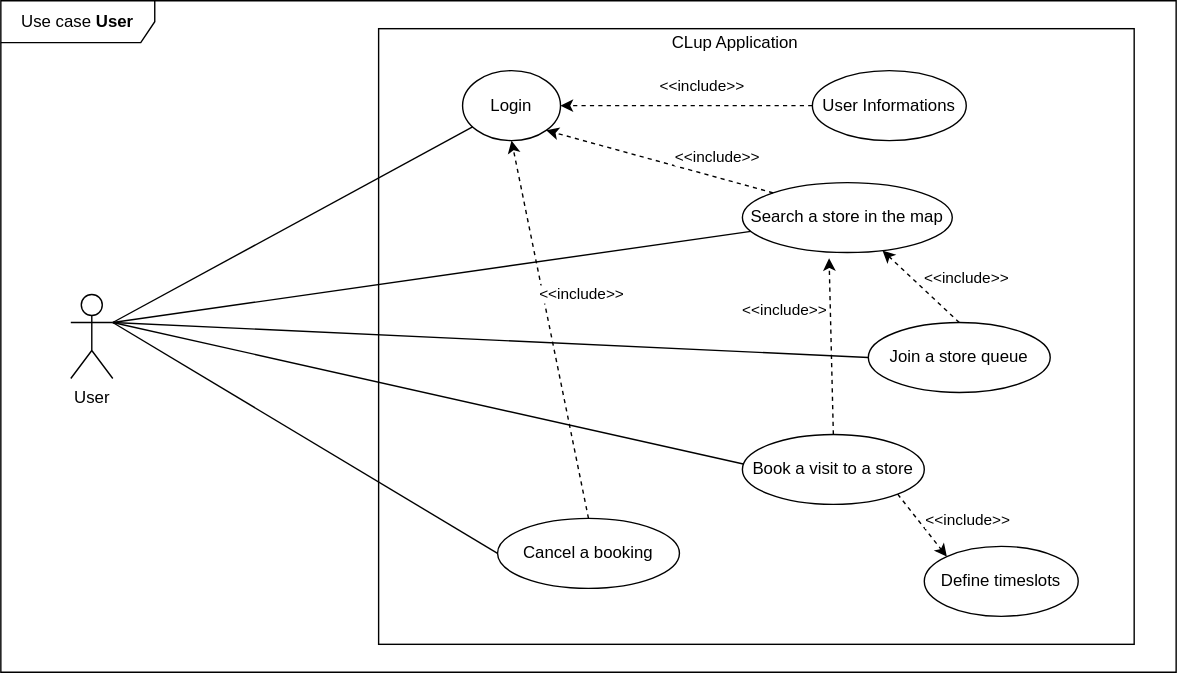
Earlier version of the draw.io export assets/rasd/use_cases/use_case_user.svg (ferrohd/CLup). Source tidied: cells renumbered, new cells last; positions are measured from the earlier drawing's top-left corner, leaving out a move shared by most shapes. Source of this version:
```xml
<mxGraphModel>
  <root>
    <mxCell id="0" />
    <mxCell id="1" parent="0" />
    <mxCell id="2" value="Use case &lt;b&gt;User&lt;/b&gt;" style="shape=umlFrame;whiteSpace=wrap;html=1;width=110;height=30;" parent="1" vertex="1">
      <mxGeometry width="840" height="480" as="geometry" />
    </mxCell>
    <mxCell id="3" style="rounded=0;whiteSpace=wrap;html=1;" parent="1" vertex="1">
      <mxGeometry x="270" y="20" width="540" height="440" as="geometry" />
    </mxCell>
    <mxCell id="4" value="&lt;div&gt;CLup Application&lt;/div&gt;" style="text;html=1;strokeColor=none;fillColor=none;align=center;verticalAlign=middle;whiteSpace=wrap;rounded=0;" parent="1" vertex="1">
      <mxGeometry x="460" y="20" width="130" height="20" as="geometry" />
    </mxCell>
    <mxCell id="5" value="User" style="shape=umlActor;verticalLabelPosition=bottom;verticalAlign=top;html=1;" parent="1" vertex="1">
      <mxGeometry x="50" y="210" width="30" height="60" as="geometry" />
    </mxCell>
    <mxCell id="6" value="Login" style="ellipse;whiteSpace=wrap;html=1;" parent="1" vertex="1">
      <mxGeometry x="330" y="50" width="70" height="50" as="geometry" />
    </mxCell>
    <mxCell id="7" style="endArrow=none;html=1;exitX=1;exitY=0.3333333333333333;exitDx=0;exitDy=0;exitPerimeter=0;" parent="1" edge="1" source="5" target="6">
      <mxGeometry relative="1" as="geometry" />
    </mxCell>
    <mxCell id="8" value="User Informations" style="ellipse;whiteSpace=wrap;html=1;" parent="1" vertex="1">
      <mxGeometry x="580" y="50" width="110" height="50" as="geometry" />
    </mxCell>
    <mxCell id="9" style="endArrow=classic;html=1;exitX=0;exitY=0.5;exitDx=0;exitDy=0;entryX=1;entryY=0.5;entryDx=0;entryDy=0;dashed=1;" parent="1" edge="1" source="8" target="6">
      <mxGeometry relative="1" as="geometry" />
    </mxCell>
    <mxCell id="10" value="&amp;lt;&amp;lt;include&amp;gt;&amp;gt;" style="edgeLabel;html=1;align=center;verticalAlign=middle;" parent="9" vertex="1">
      <mxGeometry x="-0.19" relative="1" as="geometry">
        <mxPoint x="-6.7" y="-15" as="offset" />
      </mxGeometry>
    </mxCell>
    <mxCell id="11" value="Search a store in the map" style="ellipse;whiteSpace=wrap;html=1;" parent="1" vertex="1">
      <mxGeometry x="530" y="130" width="150" height="50" as="geometry" />
    </mxCell>
    <mxCell id="12" style="endArrow=none;html=1;exitX=1;exitY=0.3333333333333333;exitDx=0;exitDy=0;exitPerimeter=0;" parent="1" edge="1" source="5" target="11">
      <mxGeometry relative="1" as="geometry" />
    </mxCell>
    <mxCell id="13" style="endArrow=classic;html=1;entryX=1;entryY=1;entryDx=0;entryDy=0;exitX=0;exitY=0;exitDx=0;exitDy=0;dashed=1;" parent="1" edge="1" source="11" target="6">
      <mxGeometry relative="1" as="geometry" />
    </mxCell>
    <mxCell id="14" value="&amp;lt;&amp;lt;include&amp;gt;&amp;gt;" style="edgeLabel;html=1;align=center;verticalAlign=middle;" parent="13" vertex="1">
      <mxGeometry x="-0.15" y="-2" relative="1" as="geometry">
        <mxPoint x="28.2" y="-4.8" as="offset" />
      </mxGeometry>
    </mxCell>
    <mxCell id="15" value="Join a store queue" style="ellipse;whiteSpace=wrap;html=1;" parent="1" vertex="1">
      <mxGeometry x="620" y="230" width="130" height="50" as="geometry" />
    </mxCell>
    <mxCell id="16" style="endArrow=classic;html=1;dashed=1;exitX=0.5;exitY=0;exitDx=0;exitDy=0;" parent="1" edge="1" source="15" target="11">
      <mxGeometry relative="1" as="geometry" />
    </mxCell>
    <mxCell id="17" value="&amp;lt;&amp;lt;include&amp;gt;&amp;gt;" style="edgeLabel;html=1;align=center;verticalAlign=middle;" parent="16" vertex="1">
      <mxGeometry x="0.18" y="-1" relative="1" as="geometry">
        <mxPoint x="35.5" y="-2" as="offset" />
      </mxGeometry>
    </mxCell>
    <mxCell id="18" style="endArrow=none;html=1;entryX=0;entryY=0.5;entryDx=0;entryDy=0;" parent="1" edge="1" target="15">
      <mxGeometry relative="1" as="geometry">
        <mxPoint x="80" y="230" as="sourcePoint" />
      </mxGeometry>
    </mxCell>
    <mxCell id="19" value="Book a visit to a store" style="ellipse;whiteSpace=wrap;html=1;" parent="1" vertex="1">
      <mxGeometry x="530" y="310" width="130" height="50" as="geometry" />
    </mxCell>
    <mxCell id="20" style="endArrow=classic;html=1;dashed=1;entryX=0.413;entryY=1.081;entryDx=0;entryDy=0;entryPerimeter=0;exitX=0.5;exitY=0;exitDx=0;exitDy=0;" parent="1" edge="1" source="19" target="11">
      <mxGeometry relative="1" as="geometry" />
    </mxCell>
    <mxCell id="21" value="&lt;div&gt;&amp;lt;&amp;lt;include&amp;gt;&amp;gt;&lt;/div&gt;" style="edgeLabel;html=1;align=center;verticalAlign=middle;" parent="20" vertex="1">
      <mxGeometry x="-0.65" relative="1" as="geometry">
        <mxPoint x="-34.5" y="-67.9" as="offset" />
      </mxGeometry>
    </mxCell>
    <mxCell id="22" style="endArrow=none;html=1;entryX=0.005;entryY=0.423;entryDx=0;entryDy=0;entryPerimeter=0;" parent="1" edge="1" target="19">
      <mxGeometry relative="1" as="geometry">
        <mxPoint x="80" y="230" as="sourcePoint" />
      </mxGeometry>
    </mxCell>
    <mxCell id="23" value="Cancel a booking" style="ellipse;whiteSpace=wrap;html=1;" parent="1" vertex="1">
      <mxGeometry x="355" y="370" width="130" height="50" as="geometry" />
    </mxCell>
    <mxCell id="24" style="endArrow=classic;html=1;dashed=1;entryX=0.5;entryY=1;entryDx=0;entryDy=0;exitX=0.5;exitY=0;exitDx=0;exitDy=0;" parent="1" edge="1" source="23" target="6">
      <mxGeometry relative="1" as="geometry" />
    </mxCell>
    <mxCell id="25" value="&amp;lt;&amp;lt;include&amp;gt;&amp;gt;" style="edgeLabel;html=1;align=center;verticalAlign=middle;" parent="24" vertex="1">
      <mxGeometry x="0.14" y="-1" relative="1" as="geometry">
        <mxPoint x="25.3" y="-6.3" as="offset" />
      </mxGeometry>
    </mxCell>
    <mxCell id="26" style="endArrow=none;html=1;entryX=0;entryY=0.5;entryDx=0;entryDy=0;exitX=1;exitY=0.3333333333333333;exitDx=0;exitDy=0;exitPerimeter=0;" parent="1" edge="1" source="5" target="23">
      <mxGeometry relative="1" as="geometry" />
    </mxCell>
    <mxCell id="27" value="Define timeslots" style="ellipse;whiteSpace=wrap;html=1;" parent="1" vertex="1">
      <mxGeometry x="660" y="390" width="110" height="50" as="geometry" />
    </mxCell>
    <mxCell id="28" style="endArrow=classic;html=1;dashed=1;entryX=0;entryY=0;entryDx=0;entryDy=0;exitX=1;exitY=1;exitDx=0;exitDy=0;" parent="1" edge="1" source="19" target="27">
      <mxGeometry relative="1" as="geometry" />
    </mxCell>
    <mxCell id="29" value="&amp;lt;&amp;lt;include&amp;gt;&amp;gt;" style="edgeLabel;html=1;align=center;verticalAlign=middle;" parent="28" vertex="1">
      <mxGeometry x="-0.42" y="-2" relative="1" as="geometry">
        <mxPoint x="40.3" y="3.1" as="offset" />
      </mxGeometry>
    </mxCell>
  </root>
</mxGraphModel>
```
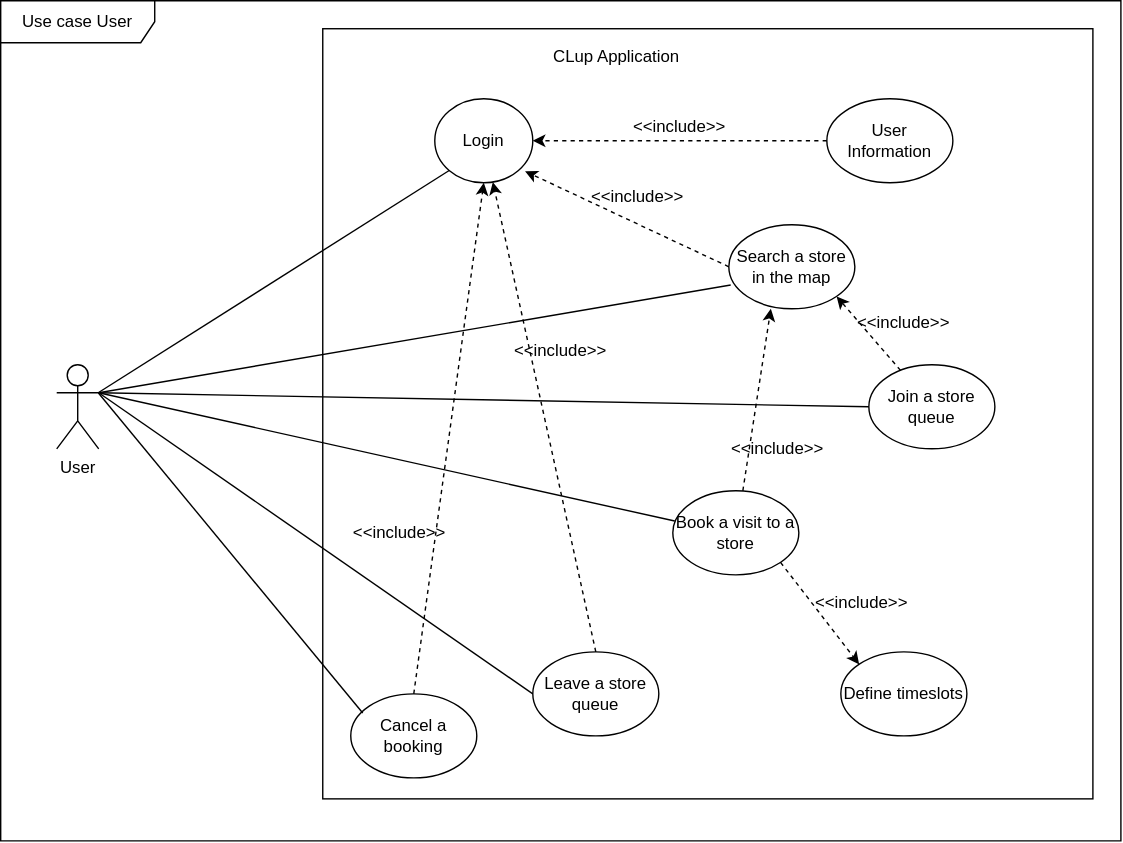
Later version of the same file.

Commit message:
updated use cases

Change to the diagram source:
```diff
@@ -2,105 +2,106 @@
   <root>
     <mxCell id="0" />
     <mxCell id="1" parent="0" />
-    <mxCell id="2" value="Use case &lt;b&gt;User&lt;/b&gt;" style="shape=umlFrame;whiteSpace=wrap;html=1;width=110;height=30;" parent="1" vertex="1">
-      <mxGeometry width="840" height="480" as="geometry" />
+    <mxCell id="2" value="Use case User" style="shape=umlFrame;whiteSpace=wrap;html=1;width=110;height=30;" parent="1" vertex="1">
+      <mxGeometry y="10" width="800" height="600" as="geometry" />
     </mxCell>
-    <mxCell id="3" style="rounded=0;whiteSpace=wrap;html=1;" parent="1" vertex="1">
-      <mxGeometry x="270" y="20" width="540" height="440" as="geometry" />
-    </mxCell>
+    <mxCell id="30" style="whiteSpace=wrap;html=1;" parent="1" vertex="1">
+      <mxGeometry x="230" y="30" width="550" height="550" as="geometry" />
+    </mxCell>
+    <mxCell id="5" value="User" style="shape=umlActor;verticalLabelPosition=bottom;verticalAlign=top;html=1;" parent="1" vertex="1">
+      <mxGeometry x="40" y="270" width="30" height="60" as="geometry" />
+    </mxCell>
-    <mxCell id="4" value="&lt;div&gt;CLup Application&lt;/div&gt;" style="text;html=1;strokeColor=none;fillColor=none;align=center;verticalAlign=middle;whiteSpace=wrap;rounded=0;" parent="1" vertex="1">
-      <mxGeometry x="460" y="20" width="130" height="20" as="geometry" />
+    <mxCell id="4" value="CLup Application" style="text;html=1;strokeColor=none;fillColor=none;align=center;verticalAlign=middle;whiteSpace=wrap;rounded=0;" parent="1" vertex="1">
+      <mxGeometry x="390" y="40" width="100" height="20" as="geometry" />
     </mxCell>
-    <mxCell id="5" value="User" style="shape=umlActor;verticalLabelPosition=bottom;verticalAlign=top;html=1;" parent="1" vertex="1">
-      <mxGeometry x="50" y="210" width="30" height="60" as="geometry" />
-    </mxCell>
     <mxCell id="6" value="Login" style="ellipse;whiteSpace=wrap;html=1;" parent="1" vertex="1">
-      <mxGeometry x="330" y="50" width="70" height="50" as="geometry" />
+      <mxGeometry x="310" y="80" width="70" height="60" as="geometry" />
     </mxCell>
+    <mxCell id="31" value="User Information" style="ellipse;whiteSpace=wrap;html=1;" parent="1" vertex="1">
+      <mxGeometry x="590" y="80" width="90" height="60" as="geometry" />
+    </mxCell>
+    <mxCell id="11" value="Search a store in the map" style="ellipse;whiteSpace=wrap;html=1;" parent="1" vertex="1">
+      <mxGeometry x="520" y="170" width="90" height="60" as="geometry" />
+    </mxCell>
+    <mxCell id="15" value="Join a store queue" style="ellipse;whiteSpace=wrap;html=1;" parent="1" vertex="1">
+      <mxGeometry x="620" y="270" width="90" height="60" as="geometry" />
+    </mxCell>
+    <mxCell id="19" value="Book a visit to a store" style="ellipse;whiteSpace=wrap;html=1;" parent="1" vertex="1">
+      <mxGeometry x="480" y="360" width="90" height="60" as="geometry" />
+    </mxCell>
+    <mxCell id="27" value="Define timeslots" style="ellipse;whiteSpace=wrap;html=1;" parent="1" vertex="1">
+      <mxGeometry x="600" y="475" width="90" height="60" as="geometry" />
+    </mxCell>
+    <mxCell id="23" value="Cancel a booking" style="ellipse;whiteSpace=wrap;html=1;" parent="1" vertex="1">
+      <mxGeometry x="250" y="505" width="90" height="60" as="geometry" />
+    </mxCell>
+    <mxCell id="32" value="Leave a store queue" style="ellipse;whiteSpace=wrap;html=1;" parent="1" vertex="1">
+      <mxGeometry x="380" y="475" width="90" height="60" as="geometry" />
+    </mxCell>
+    <mxCell id="24" style="endArrow=classic;html=1;dashed=1;entryX=0.5;entryY=1;entryDx=0;entryDy=0;exitX=0.5;exitY=0;exitDx=0;exitDy=0;" parent="1" edge="1" source="23" target="6">
+      <mxGeometry relative="1" as="geometry" />
+    </mxCell>
+    <mxCell id="33" style="endArrow=classic;html=1;dashed=1;exitX=0.5;exitY=0;exitDx=0;exitDy=0;" parent="1" edge="1" source="32" target="6">
+      <mxGeometry relative="1" as="geometry" />
+    </mxCell>
+    <mxCell id="34" style="endArrow=classic;html=1;dashed=1;entryX=1;entryY=0.5;entryDx=0;entryDy=0;exitX=0;exitY=0.5;exitDx=0;exitDy=0;" parent="1" edge="1" source="31" target="6">
+      <mxGeometry relative="1" as="geometry" />
+    </mxCell>
+    <mxCell id="13" style="endArrow=classic;html=1;dashed=1;entryX=0.921;entryY=0.863;entryDx=0;entryDy=0;exitX=0;exitY=0.5;exitDx=0;exitDy=0;entryPerimeter=0;" parent="1" edge="1" source="11" target="6">
+      <mxGeometry relative="1" as="geometry" />
+    </mxCell>
+    <mxCell id="16" style="endArrow=classic;html=1;dashed=1;entryX=1;entryY=1;entryDx=0;entryDy=0;" parent="1" edge="1" source="15" target="11">
+      <mxGeometry relative="1" as="geometry" />
+    </mxCell>
+    <mxCell id="35" style="endArrow=classic;html=1;dashed=1;entryX=0.5;entryY=1;entryDx=0;entryDy=0;" parent="1" edge="1">
+      <mxGeometry relative="1" as="geometry">
+        <mxPoint x="530" y="360" as="sourcePoint" />
+        <mxPoint x="550" y="230" as="targetPoint" />
+      </mxGeometry>
+    </mxCell>
+    <mxCell id="28" style="endArrow=classic;html=1;dashed=1;entryX=0;entryY=0;entryDx=0;entryDy=0;exitX=1;exitY=1;exitDx=0;exitDy=0;" parent="1" edge="1" source="19" target="27">
+      <mxGeometry relative="1" as="geometry" />
+    </mxCell>
+    <mxCell id="36" value="&lt;div align=&quot;left&quot;&gt;&amp;lt;&amp;lt;include&amp;gt;&amp;gt;&lt;/div&gt;" style="text;html=1;strokeColor=none;fillColor=none;align=left;verticalAlign=middle;whiteSpace=wrap;rounded=0;" parent="1" vertex="1">
+      <mxGeometry x="250" y="380" width="70" height="20" as="geometry" />
+    </mxCell>
+    <mxCell id="37" value="&lt;div align=&quot;left&quot;&gt;&amp;lt;&amp;lt;include&amp;gt;&amp;gt;&lt;/div&gt;" style="text;html=1;strokeColor=none;fillColor=none;align=left;verticalAlign=middle;whiteSpace=wrap;rounded=0;" parent="1" vertex="1">
+      <mxGeometry x="365" y="250" width="70" height="20" as="geometry" />
+    </mxCell>
+    <mxCell id="38" value="&lt;div align=&quot;left&quot;&gt;&amp;lt;&amp;lt;include&amp;gt;&amp;gt;&lt;/div&gt;" style="text;html=1;strokeColor=none;fillColor=none;align=left;verticalAlign=middle;whiteSpace=wrap;rounded=0;" parent="1" vertex="1">
+      <mxGeometry x="450" y="90" width="70" height="20" as="geometry" />
+    </mxCell>
+    <mxCell id="39" value="&lt;div align=&quot;left&quot;&gt;&amp;lt;&amp;lt;include&amp;gt;&amp;gt;&lt;/div&gt;" style="text;html=1;strokeColor=none;fillColor=none;align=left;verticalAlign=middle;whiteSpace=wrap;rounded=0;" parent="1" vertex="1">
+      <mxGeometry x="420" y="140" width="70" height="20" as="geometry" />
+    </mxCell>
+    <mxCell id="40" value="&lt;div align=&quot;left&quot;&gt;&amp;lt;&amp;lt;include&amp;gt;&amp;gt;&lt;/div&gt;" style="text;html=1;strokeColor=none;fillColor=none;align=left;verticalAlign=middle;whiteSpace=wrap;rounded=0;" parent="1" vertex="1">
+      <mxGeometry x="520" y="320" width="70" height="20" as="geometry" />
+    </mxCell>
+    <mxCell id="41" value="&lt;div align=&quot;left&quot;&gt;&amp;lt;&amp;lt;include&amp;gt;&amp;gt;&lt;/div&gt;" style="text;html=1;strokeColor=none;fillColor=none;align=left;verticalAlign=middle;whiteSpace=wrap;rounded=0;" parent="1" vertex="1">
+      <mxGeometry x="610" y="230" width="70" height="20" as="geometry" />
+    </mxCell>
+    <mxCell id="42" value="&lt;div align=&quot;left&quot;&gt;&amp;lt;&amp;lt;include&amp;gt;&amp;gt;&lt;/div&gt;" style="text;html=1;strokeColor=none;fillColor=none;align=left;verticalAlign=middle;whiteSpace=wrap;rounded=0;" parent="1" vertex="1">
+      <mxGeometry x="580" y="430" width="70" height="20" as="geometry" />
+    </mxCell>
-    <mxCell id="7" style="endArrow=none;html=1;exitX=1;exitY=0.3333333333333333;exitDx=0;exitDy=0;exitPerimeter=0;" parent="1" edge="1" source="5" target="6">
+    <mxCell id="7" style="endArrow=none;html=1;entryX=0;entryY=1;entryDx=0;entryDy=0;exitX=0.988;exitY=0.333;exitDx=0;exitDy=0;exitPerimeter=0;" parent="1" edge="1" source="5" target="6">
       <mxGeometry relative="1" as="geometry" />
     </mxCell>
-    <mxCell id="8" value="User Informations" style="ellipse;whiteSpace=wrap;html=1;" parent="1" vertex="1">
-      <mxGeometry x="580" y="50" width="110" height="50" as="geometry" />
-    </mxCell>
-    <mxCell id="9" style="endArrow=classic;html=1;exitX=0;exitY=0.5;exitDx=0;exitDy=0;entryX=1;entryY=0.5;entryDx=0;entryDy=0;dashed=1;" parent="1" edge="1" source="8" target="6">
-      <mxGeometry relative="1" as="geometry" />
-    </mxCell>
-    <mxCell id="10" value="&amp;lt;&amp;lt;include&amp;gt;&amp;gt;" style="edgeLabel;html=1;align=center;verticalAlign=middle;" parent="9" vertex="1">
-      <mxGeometry x="-0.19" relative="1" as="geometry">
-        <mxPoint x="-6.7" y="-15" as="offset" />
-      </mxGeometry>
-    </mxCell>
-    <mxCell id="11" value="Search a store in the map" style="ellipse;whiteSpace=wrap;html=1;" parent="1" vertex="1">
-      <mxGeometry x="530" y="130" width="150" height="50" as="geometry" />
-    </mxCell>
+    <mxCell id="26" style="endArrow=none;html=1;entryX=0.095;entryY=0.228;entryDx=0;entryDy=0;exitX=0.993;exitY=0.336;exitDx=0;exitDy=0;exitPerimeter=0;entryPerimeter=0;" parent="1" edge="1" source="5" target="23">
+      <mxGeometry relative="1" as="geometry" />
+    </mxCell>
+    <mxCell id="43" style="endArrow=none;html=1;entryX=0;entryY=0.5;entryDx=0;entryDy=0;" parent="1" edge="1" target="32">
+      <mxGeometry relative="1" as="geometry">
+        <mxPoint x="70" y="290" as="sourcePoint" />
+      </mxGeometry>
+    </mxCell>
+    <mxCell id="44" style="endArrow=none;html=1;entryX=0.015;entryY=0.36;entryDx=0;entryDy=0;exitX=1;exitY=0.3333333333333333;exitDx=0;exitDy=0;exitPerimeter=0;entryPerimeter=0;" parent="1" edge="1" source="5" target="19">
+      <mxGeometry relative="1" as="geometry" />
+    </mxCell>
+    <mxCell id="45" style="endArrow=none;html=1;entryX=0;entryY=0.5;entryDx=0;entryDy=0;exitX=1;exitY=0.3333333333333333;exitDx=0;exitDy=0;exitPerimeter=0;" parent="1" edge="1" source="5" target="15">
+      <mxGeometry relative="1" as="geometry" />
+    </mxCell>
-    <mxCell id="12" style="endArrow=none;html=1;exitX=1;exitY=0.3333333333333333;exitDx=0;exitDy=0;exitPerimeter=0;" parent="1" edge="1" source="5" target="11">
+    <mxCell id="12" style="endArrow=none;html=1;entryX=0.015;entryY=0.717;entryDx=0;entryDy=0;exitX=1;exitY=0.3333333333333333;exitDx=0;exitDy=0;exitPerimeter=0;entryPerimeter=0;" parent="1" edge="1" source="5" target="11">
       <mxGeometry relative="1" as="geometry" />
     </mxCell>
-    <mxCell id="13" style="endArrow=classic;html=1;entryX=1;entryY=1;entryDx=0;entryDy=0;exitX=0;exitY=0;exitDx=0;exitDy=0;dashed=1;" parent="1" edge="1" source="11" target="6">
-      <mxGeometry relative="1" as="geometry" />
-    </mxCell>
-    <mxCell id="14" value="&amp;lt;&amp;lt;include&amp;gt;&amp;gt;" style="edgeLabel;html=1;align=center;verticalAlign=middle;" parent="13" vertex="1">
-      <mxGeometry x="-0.15" y="-2" relative="1" as="geometry">
-        <mxPoint x="28.2" y="-4.8" as="offset" />
-      </mxGeometry>
-    </mxCell>
-    <mxCell id="15" value="Join a store queue" style="ellipse;whiteSpace=wrap;html=1;" parent="1" vertex="1">
-      <mxGeometry x="620" y="230" width="130" height="50" as="geometry" />
-    </mxCell>
-    <mxCell id="16" style="endArrow=classic;html=1;dashed=1;exitX=0.5;exitY=0;exitDx=0;exitDy=0;" parent="1" edge="1" source="15" target="11">
-      <mxGeometry relative="1" as="geometry" />
-    </mxCell>
-    <mxCell id="17" value="&amp;lt;&amp;lt;include&amp;gt;&amp;gt;" style="edgeLabel;html=1;align=center;verticalAlign=middle;" parent="16" vertex="1">
-      <mxGeometry x="0.18" y="-1" relative="1" as="geometry">
-        <mxPoint x="35.5" y="-2" as="offset" />
-      </mxGeometry>
-    </mxCell>
-    <mxCell id="18" style="endArrow=none;html=1;entryX=0;entryY=0.5;entryDx=0;entryDy=0;" parent="1" edge="1" target="15">
-      <mxGeometry relative="1" as="geometry">
-        <mxPoint x="80" y="230" as="sourcePoint" />
-      </mxGeometry>
-    </mxCell>
-    <mxCell id="19" value="Book a visit to a store" style="ellipse;whiteSpace=wrap;html=1;" parent="1" vertex="1">
-      <mxGeometry x="530" y="310" width="130" height="50" as="geometry" />
-    </mxCell>
-    <mxCell id="20" style="endArrow=classic;html=1;dashed=1;entryX=0.413;entryY=1.081;entryDx=0;entryDy=0;entryPerimeter=0;exitX=0.5;exitY=0;exitDx=0;exitDy=0;" parent="1" edge="1" source="19" target="11">
-      <mxGeometry relative="1" as="geometry" />
-    </mxCell>
-    <mxCell id="21" value="&lt;div&gt;&amp;lt;&amp;lt;include&amp;gt;&amp;gt;&lt;/div&gt;" style="edgeLabel;html=1;align=center;verticalAlign=middle;" parent="20" vertex="1">
-      <mxGeometry x="-0.65" relative="1" as="geometry">
-        <mxPoint x="-34.5" y="-67.9" as="offset" />
-      </mxGeometry>
-    </mxCell>
-    <mxCell id="22" style="endArrow=none;html=1;entryX=0.005;entryY=0.423;entryDx=0;entryDy=0;entryPerimeter=0;" parent="1" edge="1" target="19">
-      <mxGeometry relative="1" as="geometry">
-        <mxPoint x="80" y="230" as="sourcePoint" />
-      </mxGeometry>
-    </mxCell>
-    <mxCell id="23" value="Cancel a booking" style="ellipse;whiteSpace=wrap;html=1;" parent="1" vertex="1">
-      <mxGeometry x="355" y="370" width="130" height="50" as="geometry" />
-    </mxCell>
-    <mxCell id="24" style="endArrow=classic;html=1;dashed=1;entryX=0.5;entryY=1;entryDx=0;entryDy=0;exitX=0.5;exitY=0;exitDx=0;exitDy=0;" parent="1" edge="1" source="23" target="6">
-      <mxGeometry relative="1" as="geometry" />
-    </mxCell>
-    <mxCell id="25" value="&amp;lt;&amp;lt;include&amp;gt;&amp;gt;" style="edgeLabel;html=1;align=center;verticalAlign=middle;" parent="24" vertex="1">
-      <mxGeometry x="0.14" y="-1" relative="1" as="geometry">
-        <mxPoint x="25.3" y="-6.3" as="offset" />
-      </mxGeometry>
-    </mxCell>
-    <mxCell id="26" style="endArrow=none;html=1;entryX=0;entryY=0.5;entryDx=0;entryDy=0;exitX=1;exitY=0.3333333333333333;exitDx=0;exitDy=0;exitPerimeter=0;" parent="1" edge="1" source="5" target="23">
-      <mxGeometry relative="1" as="geometry" />
-    </mxCell>
-    <mxCell id="27" value="Define timeslots" style="ellipse;whiteSpace=wrap;html=1;" parent="1" vertex="1">
-      <mxGeometry x="660" y="390" width="110" height="50" as="geometry" />
-    </mxCell>
-    <mxCell id="28" style="endArrow=classic;html=1;dashed=1;entryX=0;entryY=0;entryDx=0;entryDy=0;exitX=1;exitY=1;exitDx=0;exitDy=0;" parent="1" edge="1" source="19" target="27">
-      <mxGeometry relative="1" as="geometry" />
-    </mxCell>
-    <mxCell id="29" value="&amp;lt;&amp;lt;include&amp;gt;&amp;gt;" style="edgeLabel;html=1;align=center;verticalAlign=middle;" parent="28" vertex="1">
-      <mxGeometry x="-0.42" y="-2" relative="1" as="geometry">
-        <mxPoint x="40.3" y="3.1" as="offset" />
-      </mxGeometry>
-    </mxCell>
   </root>
 </mxGraphModel>
```
